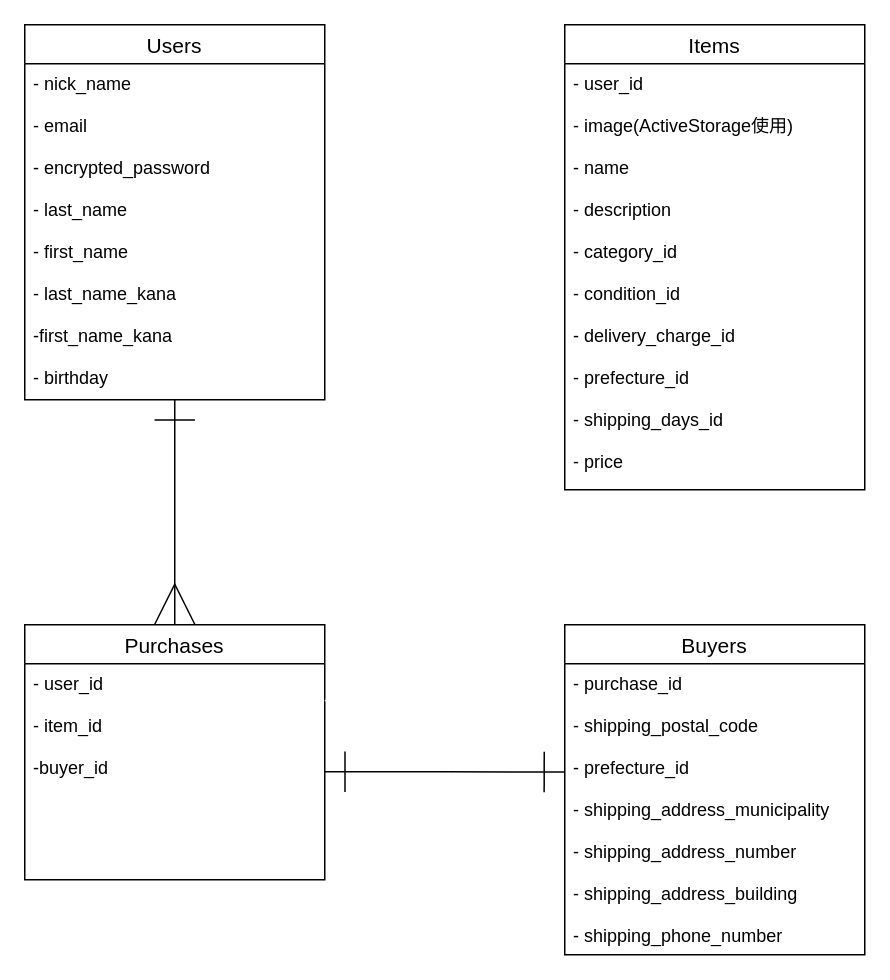
saotome88/furima-34745 keeps this draw.io diagram as furima-34745.dio. Above is the earlier version. Source tidied: cells renumbered, new cells numbered last; positions are measured from the earlier drawing's top-left corner, leaving out a move shared by most shapes. Both pictures are drawn from the tidied source at 150%, with x=0, y=0 at pixel (24, 24).
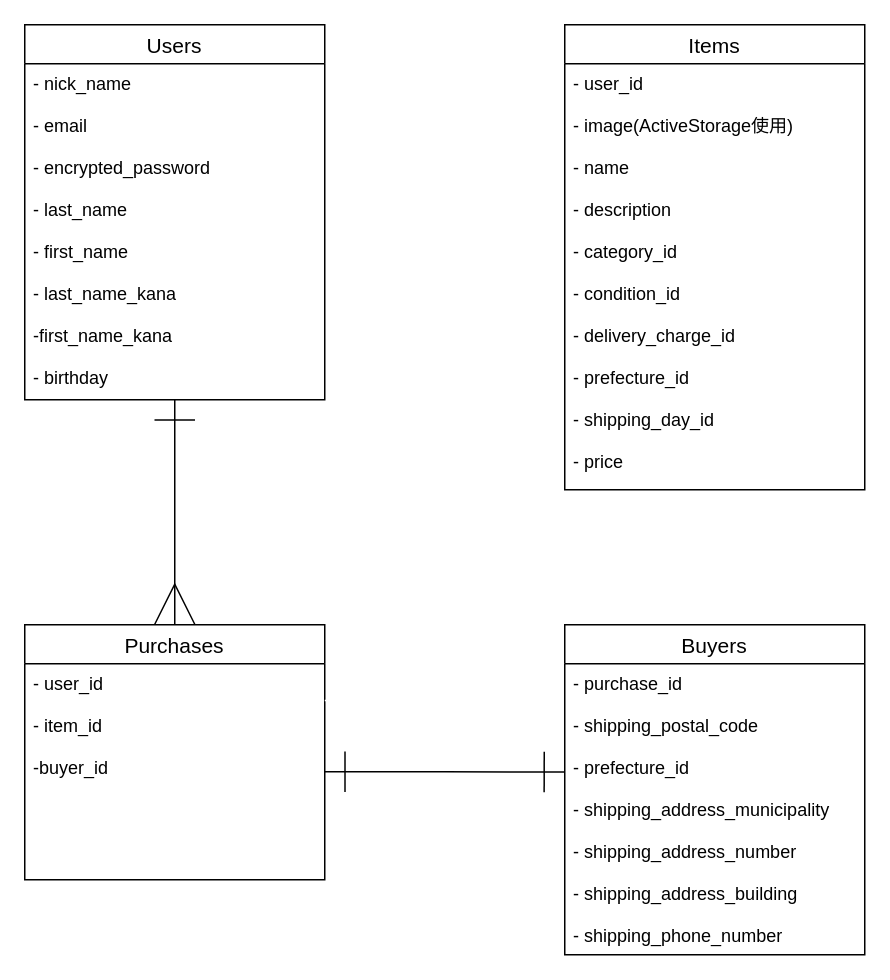
The same diagram, later.

Commit message (it also covers changes not shown here):
データベース設計_修正3_Activehashのカラム名を単数系

Change to the diagram source:
```diff
@@
 <mxGraphModel>
   <root>
     <mxCell id="0" />
     <mxCell id="1" parent="0" />
     <mxCell id="2" style="edgeStyle=orthogonalEdgeStyle;rounded=0;jettySize=auto;html=1;exitX=-0.01;exitY=0.265;exitDx=0;exitDy=0;entryX=1.015;entryY=0.332;entryDx=0;entryDy=0;entryPerimeter=0;exitPerimeter=0;strokeWidth=1;endArrow=ERone;endFill=0;jumpSize=6;strokeColor=#FFFFFF;endSize=25;startSize=25;startArrow=ERmany;startFill=0;" parent="1" edge="1" source="4" target="11">
       <mxGeometry relative="1" as="geometry" />
     </mxCell>
     <mxCell id="3" value="Items" style="swimlane;fontStyle=0;horizontal=1;startSize=26;align=center;fontSize=14;" parent="1" vertex="1">
       <mxGeometry x="360" width="200" height="310" as="geometry" />
     </mxCell>
-    <mxCell id="4" value="- user_id&#10;&#10;- image(ActiveStorage使用)&#10;&#10;- name&#10;&#10;- description&#10;&#10;- category_id&#10;&#10;- condition_id&#10;&#10;- delivery_charge_id&#10;&#10;- prefecture_id&#10;&#10;- shipping_days_id&#10;&#10;- price" style="text;strokeColor=none;fillColor=none;spacingLeft=4;spacingRight=4;overflow=hidden;points=[[0,0.5],[1,0.5]];portConstraint=eastwest;fontSize=12;" parent="3" vertex="1">
+    <mxCell id="4" value="- user_id&#10;&#10;- image(ActiveStorage使用)&#10;&#10;- name&#10;&#10;- description&#10;&#10;- category_id&#10;&#10;- condition_id&#10;&#10;- delivery_charge_id&#10;&#10;- prefecture_id&#10;&#10;- shipping_day_id&#10;&#10;- price" style="text;strokeColor=none;fillColor=none;spacingLeft=4;spacingRight=4;overflow=hidden;points=[[0,0.5],[1,0.5]];portConstraint=eastwest;fontSize=12;" parent="3" vertex="1">
       <mxGeometry y="26" width="200" height="284" as="geometry" />
     </mxCell>
     <mxCell id="5" value="Purchases" style="swimlane;fontStyle=0;horizontal=1;startSize=26;align=center;fontSize=14;" parent="1" vertex="1">
       <mxGeometry y="400" width="200" height="170" as="geometry" />
     </mxCell>
     <mxCell id="6" value="- user_id&#10;&#10;- item_id&#10;&#10;-buyer_id" style="text;strokeColor=none;fillColor=none;spacingLeft=4;spacingRight=4;overflow=hidden;points=[[0,0.5],[1,0.5]];portConstraint=eastwest;fontSize=12;" parent="5" vertex="1">
       <mxGeometry y="26" width="200" height="144" as="geometry" />
     </mxCell>
     <mxCell id="7" style="edgeStyle=orthogonalEdgeStyle;rounded=0;jettySize=auto;html=1;entryX=0.5;entryY=0;entryDx=0;entryDy=0;endArrow=ERmany;endFill=0;startArrow=ERone;startFill=0;endSize=25;startSize=25;" parent="1" edge="1" source="8" target="5">
       <mxGeometry relative="1" as="geometry" />
     </mxCell>
     <mxCell id="8" value="Users" style="swimlane;fontStyle=0;horizontal=1;startSize=26;align=center;fontSize=14;" parent="1" vertex="1">
       <mxGeometry width="200" height="250" as="geometry" />
     </mxCell>
     <mxCell id="9" value="Buyers" style="swimlane;fontStyle=0;horizontal=1;startSize=26;align=center;fontSize=14;" parent="1" vertex="1">
       <mxGeometry x="360" y="400" width="200" height="220" as="geometry" />
     </mxCell>
     <mxCell id="10" value="- purchase_id&#10;&#10;- shipping_postal_code&#10;&#10;- prefecture_id&#10;&#10;- shipping_address_municipality&#10;&#10;- shipping_address_number&#10;&#10;- shipping_address_building&#10;&#10;- shipping_phone_number" style="text;strokeColor=none;fillColor=none;spacingLeft=4;spacingRight=4;overflow=hidden;points=[[0,0.5],[1,0.5]];portConstraint=eastwest;fontSize=12;" parent="9" vertex="1">
       <mxGeometry y="26" width="200" height="194" as="geometry" />
     </mxCell>
     <mxCell id="11" value="- nick_name&#10;&#10;- email&#10;&#10;- encrypted_password&#10;&#10;- last_name&#10;&#10;- first_name&#10;&#10;- last_name_kana&#10;&#10;-first_name_kana&#10;&#10;- birthday" style="text;strokeColor=none;fillColor=none;spacingLeft=4;spacingRight=4;overflow=hidden;points=[[0,0.5],[1,0.5]];portConstraint=eastwest;fontSize=12;" parent="1" vertex="1">
       <mxGeometry y="26" width="200" height="224" as="geometry" />
     </mxCell>
     <mxCell id="12" style="edgeStyle=orthogonalEdgeStyle;rounded=0;jumpSize=6;jettySize=auto;html=1;exitX=1;exitY=0.5;exitDx=0;exitDy=0;entryX=0.51;entryY=1.008;entryDx=0;entryDy=0;entryPerimeter=0;startArrow=ERone;startFill=0;startSize=25;endArrow=ERone;endFill=0;endSize=25;strokeColor=#FFFFFF;strokeWidth=1;" parent="1" edge="1" target="4">
       <mxGeometry relative="1" as="geometry">
         <mxPoint x="200" y="450.5" as="sourcePoint" />
         <Array as="points">
           <mxPoint x="240" y="451" />
           <mxPoint x="240" y="380" />
           <mxPoint x="462" y="380" />
         </Array>
       </mxGeometry>
     </mxCell>
     <mxCell id="13" style="edgeStyle=orthogonalEdgeStyle;rounded=0;jettySize=auto;html=1;exitX=1;exitY=0.5;exitDx=0;exitDy=0;entryX=-0.001;entryY=0.372;entryDx=0;entryDy=0;entryPerimeter=0;endSize=25;startSize=25;endArrow=ERone;endFill=0;startArrow=ERone;startFill=0;" parent="1" edge="1" source="6" target="10">
       <mxGeometry relative="1" as="geometry" />
     </mxCell>
   </root>
 </mxGraphModel>
```
